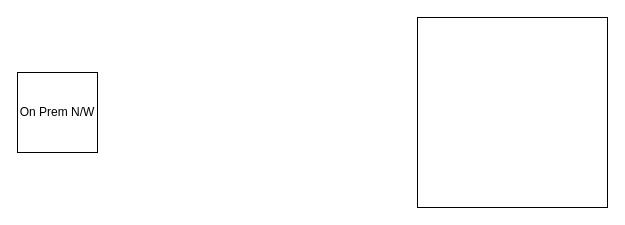
Before: Untitled Diagram.drawio in sivolko/Awesome-Security-Analyst, a draw.io diagram. Source tidied: cells renumbered, new cells numbered last; positions are measured from the earlier drawing's top-left corner, leaving out a move shared by most shapes. Both pictures are drawn from the tidied source at 100%, with x=0, y=0 at pixel (17, 17).
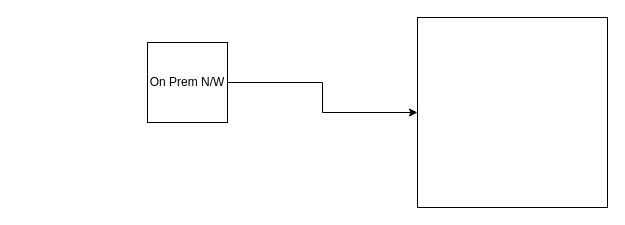
The same page after the edit.

Diff of the diagram source:
```diff
@@
 <mxGraphModel>
   <root>
     <mxCell id="0" />
     <mxCell id="1" parent="0" />
+    <mxCell id="4" style="edgeStyle=orthogonalEdgeStyle;rounded=0;jettySize=auto;html=1;entryX=0;entryY=0.5;entryDx=0;entryDy=0;" parent="1" edge="1" source="2" target="3">
+      <mxGeometry relative="1" as="geometry" />
+    </mxCell>
     <mxCell id="2" value="On Prem N/W" style="whiteSpace=wrap;html=1;" parent="1" vertex="1">
-      <mxGeometry y="55" width="80" height="80" as="geometry" />
+      <mxGeometry x="130" y="25" width="80" height="80" as="geometry" />
     </mxCell>
     <mxCell id="3" style="whiteSpace=wrap;html=1;" parent="1" vertex="1">
       <mxGeometry x="400" width="190" height="190" as="geometry" />
     </mxCell>
   </root>
 </mxGraphModel>
```
